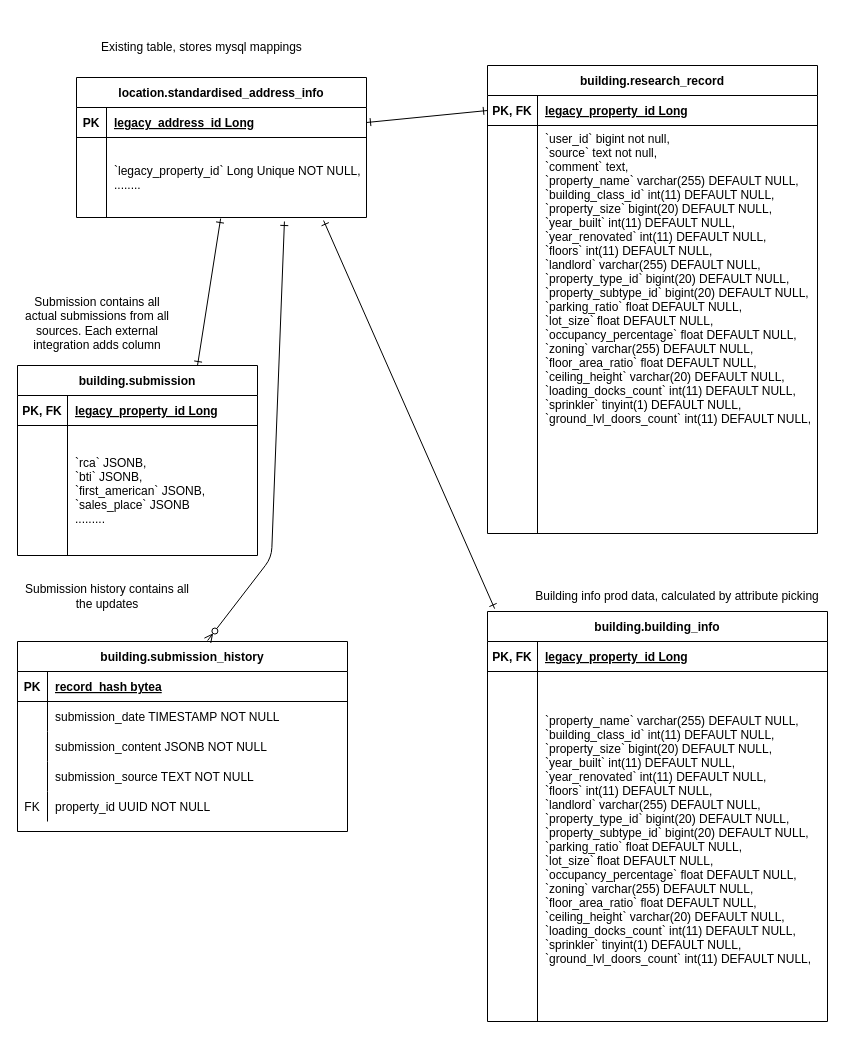
dmitry-worker/schema_gen keeps this draw.io diagram as Untitled Diagram.drawio. Above is the earlier version. Source tidied: cells renumbered, new cells numbered last; positions are measured from the earlier drawing's top-left corner, leaving out a move shared by most shapes. Both pictures are drawn from the tidied source at 100%, with x=0, y=0 at pixel (17, 17).
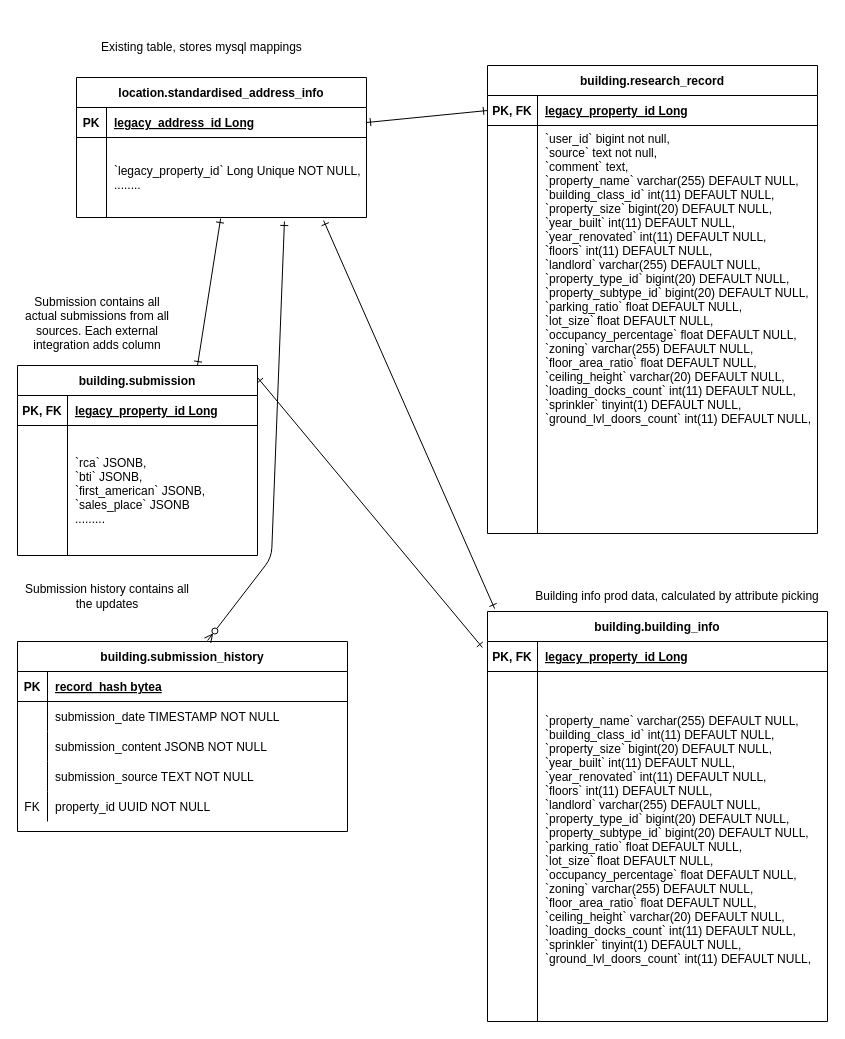
The same page after the edit.

The change refers to these unchanged cells:
```xml
<mxCell id="46" style="shape=partialRectangle;fillColor=none;points=[[0,0.5],[1,0.5]];portConstraint=eastwest;top=0;left=0;right=0;bottom=1;" parent="45" vertex="1">
  <mxGeometry y="30" width="340" height="30" as="geometry" />
</mxCell>
```

Diff of the diagram source:
```diff
@@
+    <mxCell id="54" style="endArrow=ERone;html=1;rounded=1;entryX=0.852;entryY=1.038;entryDx=0;entryDy=0;exitX=-0.015;exitY=0.2;exitDx=0;exitDy=0;startArrow=ERone;startFill=0;endFill=0;entryPerimeter=0;exitPerimeter=0;" parent="1" edge="1" source="46">
+      <mxGeometry relative="1" as="geometry">
+        <mxPoint x="240" y="360" as="targetPoint" />
+      </mxGeometry>
+    </mxCell>
```
